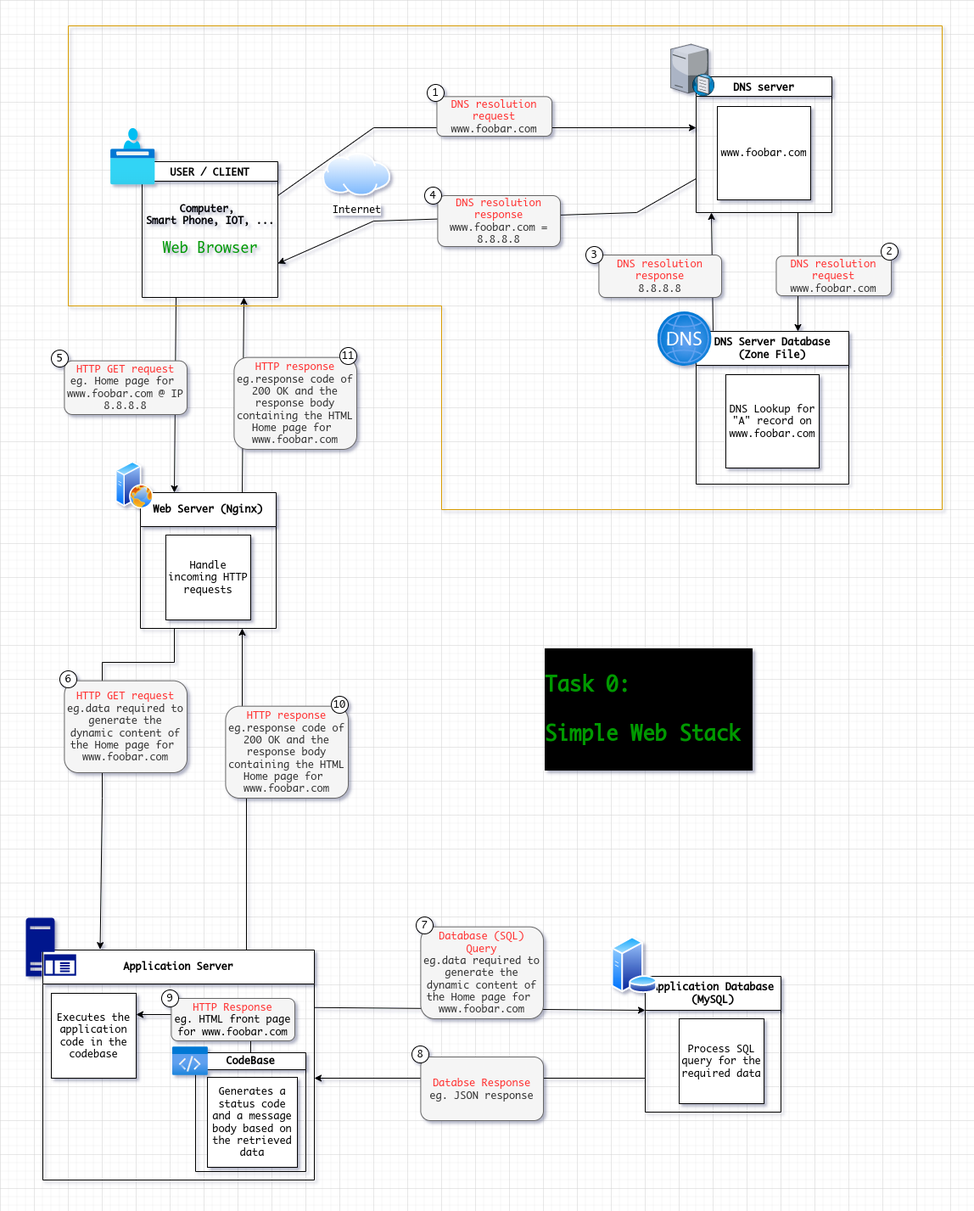
EskiasYilma/alx-system_engineering-devops keeps this draw.io diagram as 0x09-web_infrastructure_design/0-simple_web_stack.png. Above is the earlier version. Source tidied: cells renumbered, new cells last; positions are measured from the earlier drawing's top-left corner, leaving out a move shared by most shapes.
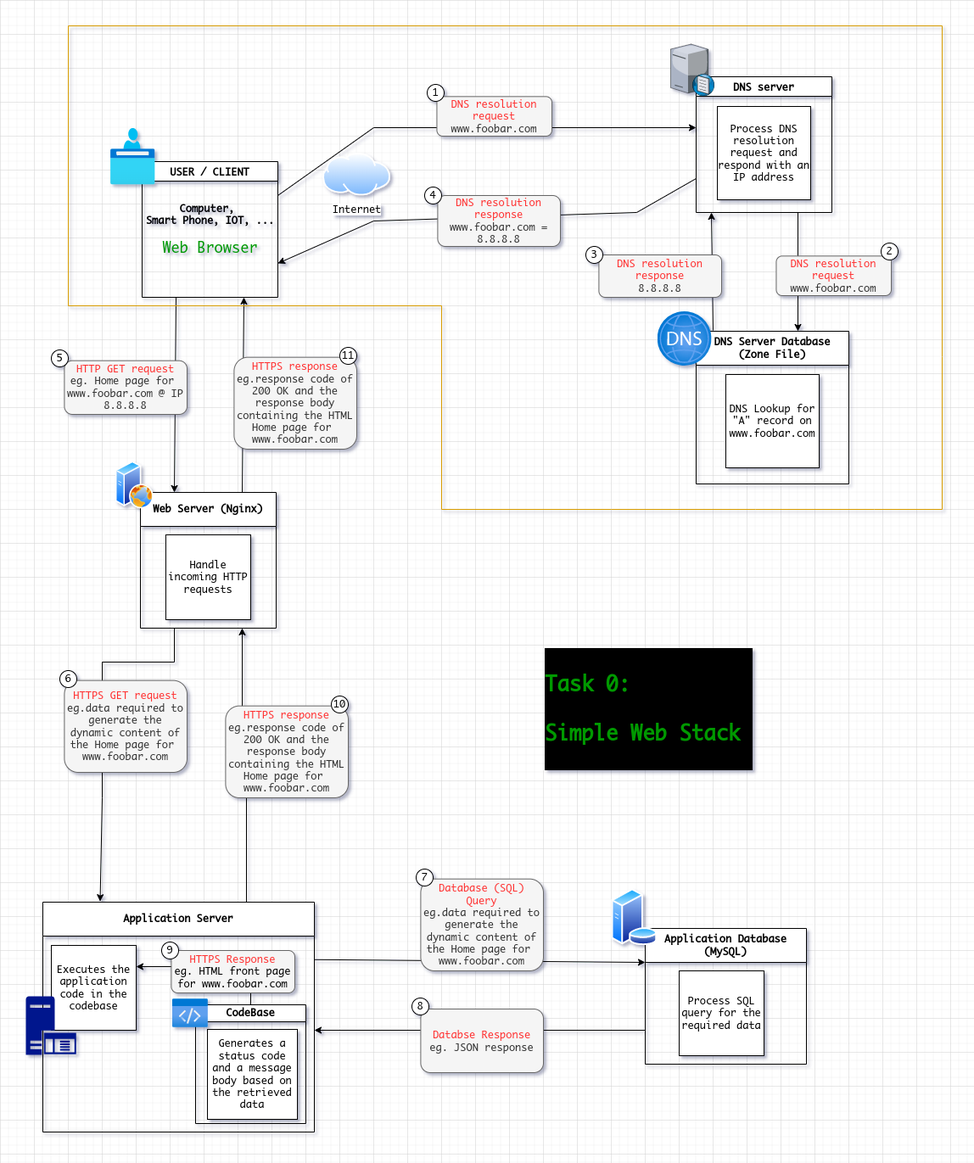
The same file after the commit.

The edit, as a diff of the source:
```diff
@@ -3,7 +3,7 @@
     <mxCell id="0" />
     <mxCell id="1" parent="0" />
     <mxCell id="2" value="Application Server" style="swimlane;whiteSpace=wrap;startSize=40;fontFamily=Monaco;" parent="1" vertex="1">
-      <mxGeometry x="20" y="1089" width="320" height="271" as="geometry" />
+      <mxGeometry x="20" y="1033" width="320" height="271" as="geometry" />
     </mxCell>
     <mxCell id="3" value="Executes the application code in the codebase" style="whiteSpace=wrap;html=1;spacing=3;fontFamily=Monaco;" parent="2" vertex="1">
       <mxGeometry x="10" y="51" width="100" height="100" as="geometry" />
@@ -24,7 +24,7 @@
     <mxCell id="7" style="group;fontFamily=Monaco;" parent="2" vertex="1">
       <mxGeometry x="137" y="37" width="160" height="70" as="geometry" />
     </mxCell>
-    <mxCell id="8" value="&lt;font color=&quot;#ff3333&quot;&gt;HTTP Response&lt;/font&gt;&lt;br&gt;&lt;font color=&quot;#000000&quot;&gt;eg. HTML front page for www.foobar.com&lt;/font&gt;" style="rounded=1;whiteSpace=wrap;html=1;fillColor=#f5f5f5;strokeColor=#666666;fontColor=#333333;fontFamily=Monaco;" parent="7" vertex="1">
+    <mxCell id="8" value="&lt;font color=&quot;#ff3333&quot;&gt;HTTPS Response&lt;/font&gt;&lt;br&gt;&lt;font color=&quot;#000000&quot;&gt;eg. HTML front page for www.foobar.com&lt;/font&gt;" style="rounded=1;whiteSpace=wrap;html=1;fillColor=#f5f5f5;strokeColor=#666666;fontColor=#333333;fontFamily=Monaco;" parent="7" vertex="1">
       <mxGeometry x="14.4" y="20" width="145.6" height="50" as="geometry" />
     </mxCell>
     <mxCell id="9" value="9" style="ellipse;whiteSpace=wrap;html=1;fontFamily=Monaco;" parent="7" vertex="1">
@@ -36,7 +36,7 @@
     <mxCell id="11" value="DNS server" style="swimlane;fontFamily=Monaco;" parent="1" vertex="1">
       <mxGeometry x="790" y="60" width="160" height="160" as="geometry" />
     </mxCell>
-    <mxCell id="12" value="www.foobar.com" style="whiteSpace=wrap;html=1;fontFamily=Monaco;" parent="11" vertex="1">
+    <mxCell id="12" value="Process DNS resolution request and respond with an IP address" style="whiteSpace=wrap;html=1;fontFamily=Monaco;" parent="11" vertex="1">
       <mxGeometry x="25" y="35" width="110" height="110" as="geometry" />
     </mxCell>
     <mxCell id="13" style="endArrow=classic;html=1;rounded=0;exitX=0.75;exitY=1;exitDx=0;exitDy=0;fontFamily=Monaco;" parent="1" edge="1" source="11">
@@ -149,14 +149,14 @@
     <mxCell id="41" style="group;fontFamily=Monaco;" parent="1" vertex="1">
       <mxGeometry x="30" y="750" width="160" height="130" as="geometry" />
     </mxCell>
-    <mxCell id="42" value="&lt;font color=&quot;#ff3333&quot;&gt;HTTP GET request&lt;br&gt;&lt;/font&gt;eg.data required to generate the dynamic content of the Home page for&amp;nbsp;&lt;br&gt;www.foobar.com" style="rounded=1;whiteSpace=wrap;html=1;fillColor=#f5f5f5;strokeColor=#666666;fontColor=#333333;fontFamily=Monaco;" parent="41" vertex="1">
+    <mxCell id="42" value="&lt;font color=&quot;#ff3333&quot;&gt;HTTPS GET request&lt;br&gt;&lt;/font&gt;eg.data required to generate the dynamic content of the Home page for&amp;nbsp;&lt;br&gt;www.foobar.com" style="rounded=1;whiteSpace=wrap;html=1;fillColor=#f5f5f5;strokeColor=#666666;fontColor=#333333;fontFamily=Monaco;" parent="41" vertex="1">
       <mxGeometry x="15.4" y="21.7" width="144.6" height="108.3" as="geometry" />
     </mxCell>
     <mxCell id="43" value="6" style="ellipse;whiteSpace=wrap;html=1;fontFamily=Monaco;" parent="41" vertex="1">
       <mxGeometry x="10" y="10" width="20" height="20" as="geometry" />
     </mxCell>
     <mxCell id="44" value="Application Database (MySQL)" style="swimlane;whiteSpace=wrap;startSize=40;fontFamily=Monaco;" parent="1" vertex="1">
-      <mxGeometry x="730" y="1120" width="160" height="160" as="geometry" />
+      <mxGeometry x="730" y="1064" width="190" height="160" as="geometry" />
     </mxCell>
     <mxCell id="45" value="Process SQL query for the required data" style="whiteSpace=wrap;html=1;fontFamily=Monaco;" parent="44" vertex="1">
       <mxGeometry x="40" y="50" width="100" height="100" as="geometry" />
@@ -165,7 +165,7 @@
       <mxGeometry relative="1" as="geometry" />
     </mxCell>
     <mxCell id="47" style="group;fontFamily=Monaco;" parent="1" vertex="1">
-      <mxGeometry x="450" y="1040" width="160" height="130" as="geometry" />
+      <mxGeometry x="450" y="984" width="160" height="130" as="geometry" />
     </mxCell>
     <mxCell id="48" value="&lt;font color=&quot;#ff3333&quot;&gt;Database (SQL) Query&lt;br&gt;&lt;/font&gt;eg.data required to generate the dynamic content of the Home page for&amp;nbsp;&lt;br&gt;www.foobar.com" style="rounded=1;whiteSpace=wrap;html=1;fillColor=#f5f5f5;strokeColor=#666666;fontColor=#333333;fontFamily=Monaco;" parent="47" vertex="1">
       <mxGeometry x="15.4" y="21.7" width="144.6" height="108.3" as="geometry" />
@@ -175,11 +175,11 @@
     </mxCell>
     <mxCell id="50" style="endArrow=classic;html=1;rounded=0;fontColor=#FF3333;exitX=0;exitY=0.75;exitDx=0;exitDy=0;fontFamily=Monaco;" parent="1" edge="1" source="44">
       <mxGeometry relative="1" as="geometry">
-        <mxPoint x="340" y="1240" as="targetPoint" />
+        <mxPoint x="340" y="1184" as="targetPoint" />
       </mxGeometry>
     </mxCell>
     <mxCell id="51" style="group;fontFamily=Monaco;" parent="1" vertex="1">
-      <mxGeometry x="450" y="1200" width="160" height="90" as="geometry" />
+      <mxGeometry x="450" y="1144" width="160" height="90" as="geometry" />
     </mxCell>
     <mxCell id="52" value="&lt;font color=&quot;#ff3333&quot;&gt;Databse Response&lt;br&gt;&lt;/font&gt;eg. JSON response" style="rounded=1;whiteSpace=wrap;html=1;fillColor=#f5f5f5;strokeColor=#666666;fontColor=#333333;fontFamily=Monaco;" parent="51" vertex="1">
       <mxGeometry x="15.4" y="15" width="144.6" height="75" as="geometry" />
@@ -198,7 +198,7 @@
     <mxCell id="55" style="group;fontFamily=Monaco;" parent="1" vertex="1">
       <mxGeometry x="220" y="780" width="160" height="130" as="geometry" />
     </mxCell>
-    <mxCell id="56" value="&lt;font color=&quot;#ff3333&quot;&gt;HTTP response&lt;br&gt;&lt;/font&gt;eg.response code of 200 OK and the response body containing the HTML Home page for&amp;nbsp;&lt;br&gt;www.foobar.com" style="rounded=1;whiteSpace=wrap;html=1;fillColor=#f5f5f5;strokeColor=#666666;fontColor=#333333;fontFamily=Monaco;" parent="55" vertex="1">
+    <mxCell id="56" value="&lt;font color=&quot;#ff3333&quot;&gt;HTTPS response&lt;br&gt;&lt;/font&gt;eg.response code of 200 OK and the response body containing the HTML Home page for&amp;nbsp;&lt;br&gt;www.foobar.com" style="rounded=1;whiteSpace=wrap;html=1;fillColor=#f5f5f5;strokeColor=#666666;fontColor=#333333;fontFamily=Monaco;" parent="55" vertex="1">
       <mxGeometry x="15.4" y="21.7" width="144.6" height="108.3" as="geometry" />
     </mxCell>
     <mxCell id="57" value="10" style="ellipse;whiteSpace=wrap;html=1;fontFamily=Monaco;" parent="55" vertex="1">
@@ -210,7 +210,7 @@
     <mxCell id="59" style="group;fontFamily=Monaco;" parent="1" vertex="1">
       <mxGeometry x="230" y="369" width="160" height="130" as="geometry" />
     </mxCell>
-    <mxCell id="60" value="&lt;font color=&quot;#ff3333&quot;&gt;HTTP response&lt;br&gt;&lt;/font&gt;eg.response code of 200 OK and the response body containing the HTML Home page for&amp;nbsp;&lt;br&gt;www.foobar.com" style="rounded=1;whiteSpace=wrap;html=1;fillColor=#f5f5f5;strokeColor=#666666;fontColor=#333333;fontFamily=Monaco;" parent="59" vertex="1">
+    <mxCell id="60" value="&lt;font color=&quot;#ff3333&quot;&gt;HTTPS response&lt;br&gt;&lt;/font&gt;eg.response code of 200 OK and the response body containing the HTML Home page for&amp;nbsp;&lt;br&gt;www.foobar.com" style="rounded=1;whiteSpace=wrap;html=1;fillColor=#f5f5f5;strokeColor=#666666;fontColor=#333333;fontFamily=Monaco;" parent="59" vertex="1">
       <mxGeometry x="15.4" y="21.7" width="144.6" height="108.3" as="geometry" />
     </mxCell>
     <mxCell id="61" value="11" style="ellipse;whiteSpace=wrap;html=1;fontFamily=Monaco;" parent="59" vertex="1">
@@ -226,7 +226,7 @@
       <mxGeometry x="3" y="9" width="20" height="20" as="geometry" />
     </mxCell>
     <mxCell id="65" style="perimeter=ellipsePerimeter;html=1;align=center;shadow=0;dashed=0;spacingTop=3;image;image=img/lib/active_directory/database_server.svg;fontFamily=Monaco;fontSize=17;fontColor=#009900;" parent="1" vertex="1">
-      <mxGeometry x="690" y="1073.4" width="54.6" height="66.6" as="geometry" />
+      <mxGeometry x="690" y="1017.4" width="54.6" height="66.6" as="geometry" />
     </mxCell>
     <mxCell id="66" style="verticalLabelPosition=bottom;html=1;verticalAlign=top;align=center;strokeColor=none;fillColor=#00BEF2;shape=mxgraph.azure.user;fontFamily=Monaco;fontSize=17;fontColor=#009900;" parent="1" vertex="1">
       <mxGeometry x="115" y="120.4" width="20" height="24.8" as="geometry" />
@@ -243,9 +243,6 @@
     <mxCell id="70" style="html=1;align=center;image;fontSize=12;image=img/lib/azure2/general/Browser.svg;fontFamily=Monaco;fontColor=#009900;" parent="1" vertex="1">
       <mxGeometry x="100" y="145.2" width="52.5" height="42" as="geometry" />
     </mxCell>
-    <mxCell id="71" style="sketch=0;shadow=0;dashed=0;html=1;strokeColor=none;labelPosition=center;verticalLabelPosition=bottom;verticalAlign=top;align=center;fillColor=#00188D;shape=mxgraph.mscae.enterprise.application_server;fontFamily=Monaco;fontSize=17;fontColor=#009900;" parent="1" vertex="1">
-      <mxGeometry y="1051" width="59.3" height="69" as="geometry" />
-    </mxCell>
     <mxCell id="72" style="endArrow=none;html=1;rounded=0;fillColor=#ffe6cc;strokeColor=#d79b00;" parent="1" edge="1">
       <mxGeometry relative="1" as="geometry">
         <mxPoint x="50" as="sourcePoint" />
@@ -266,5 +263,8 @@
     <mxCell id="73" value="&lt;font style=&quot;line-height: 1;&quot;&gt;&lt;br&gt;Task 0:&lt;br&gt;&lt;br&gt;Simple Web Stack&amp;nbsp;&lt;br&gt;&lt;br&gt;&lt;/font&gt;" style="text;strokeColor=none;fillColor=none;html=1;fontSize=24;fontStyle=1;verticalAlign=middle;align=left;labelBackgroundColor=#000000;fontFamily=Monaco;fontColor=#009900;whiteSpace=wrap;" parent="1" vertex="1">
       <mxGeometry x="610" y="720" width="260" height="170" as="geometry" />
     </mxCell>
+    <mxCell id="71" style="sketch=0;shadow=0;dashed=0;html=1;strokeColor=none;labelPosition=center;verticalLabelPosition=bottom;verticalAlign=top;align=center;fillColor=#00188D;shape=mxgraph.mscae.enterprise.application_server;fontFamily=Monaco;fontSize=17;fontColor=#009900;" parent="1" vertex="1">
+      <mxGeometry y="1144" width="59.3" height="69" as="geometry" />
+    </mxCell>
   </root>
 </mxGraphModel>
```
